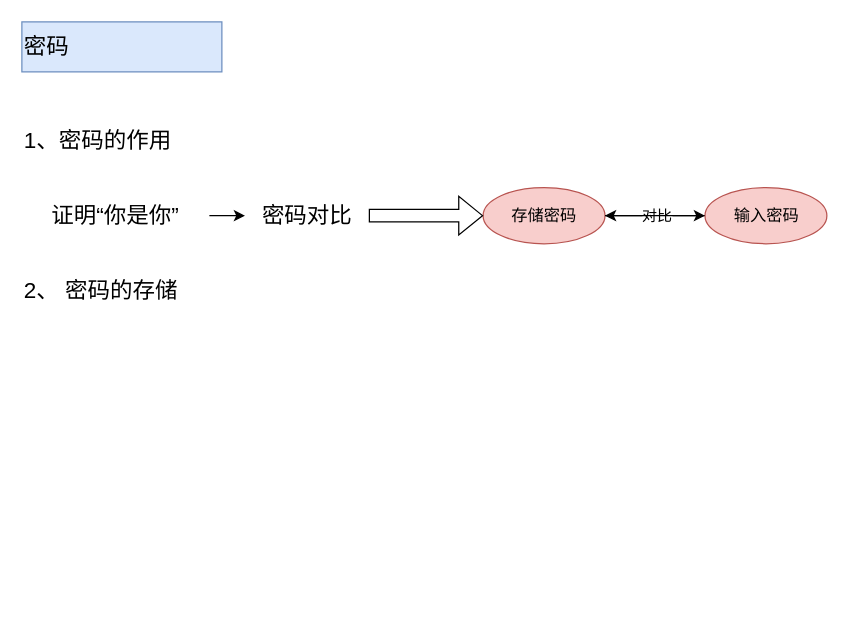
JMHello/draw keeps this draw.io diagram as 密码.drawio. Above is the earlier version. Source tidied: cells renumbered, new cells numbered last; positions are measured from the earlier drawing's top-left corner, leaving out a move shared by most shapes. Both pictures are drawn from the tidied source at 125%, with x=0, y=0 at pixel (21, 21).
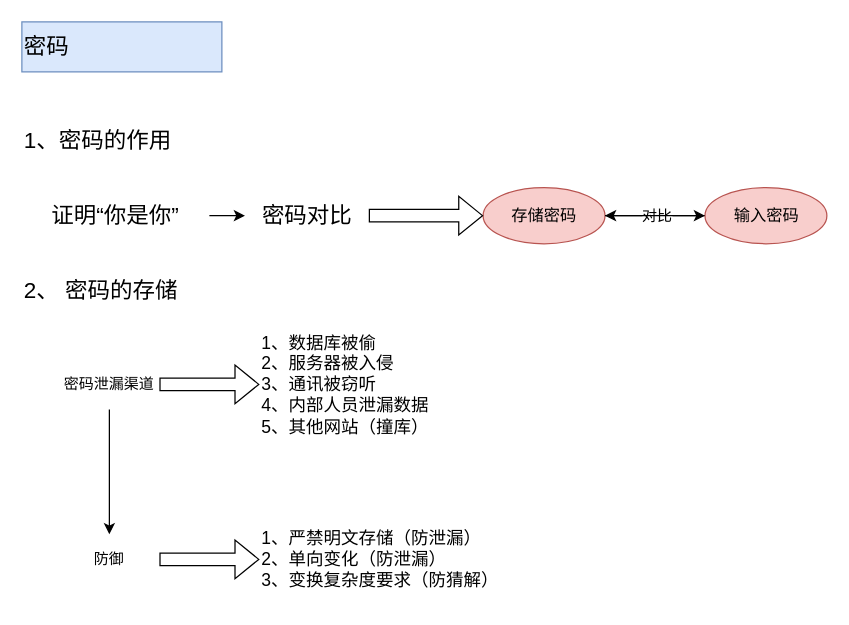
The same page after the edit.

Change to the diagram source:
```diff
@@
+    <mxCell id="15" style="edgeStyle=orthogonalEdgeStyle;shape=flexArrow;rounded=0;jettySize=auto;html=1;" parent="1" edge="1" source="17" target="21">
+      <mxGeometry relative="1" as="geometry" />
+    </mxCell>
+    <mxCell id="16" style="edgeStyle=orthogonalEdgeStyle;rounded=0;jettySize=auto;html=1;fontSize=14;" parent="1" edge="1" source="17" target="19">
+      <mxGeometry relative="1" as="geometry" />
+    </mxCell>
+    <mxCell id="17" value="密码泄漏渠道" style="text;html=1;strokeColor=none;fillColor=none;align=center;verticalAlign=middle;whiteSpace=wrap;rounded=0;" parent="1" vertex="1">
+      <mxGeometry x="30" y="270" width="80" height="40" as="geometry" />
+    </mxCell>
+    <mxCell id="18" style="edgeStyle=orthogonalEdgeStyle;shape=flexArrow;rounded=0;jettySize=auto;html=1;fontSize=14;" parent="1" edge="1" source="19" target="20">
+      <mxGeometry relative="1" as="geometry" />
+    </mxCell>
+    <mxCell id="19" value="防御" style="text;html=1;strokeColor=none;fillColor=none;align=center;verticalAlign=middle;whiteSpace=wrap;rounded=0;" parent="1" vertex="1">
+      <mxGeometry x="30" y="410" width="80" height="40" as="geometry" />
+    </mxCell>
+    <mxCell id="20" value="1、严禁明文存储（防泄漏）&lt;br style=&quot;font-size: 14px;&quot;&gt;2、单向变化（防泄漏）&lt;br style=&quot;font-size: 14px;&quot;&gt;3、变换复杂度要求（防猜解）&lt;br style=&quot;font-size: 14px;&quot;&gt;" style="text;html=1;strokeColor=none;fillColor=none;align=left;verticalAlign=middle;whiteSpace=wrap;rounded=0;fontSize=14;" parent="1" vertex="1">
+      <mxGeometry x="190" y="395" width="210" height="70" as="geometry" />
+    </mxCell>
+    <mxCell id="21" value="1、数据库被偷&lt;br style=&quot;font-size: 14px;&quot;&gt;2、服务器被入侵&lt;br style=&quot;font-size: 14px;&quot;&gt;3、通讯被窃听&lt;br style=&quot;font-size: 14px;&quot;&gt;4、内部人员泄漏数据&lt;br style=&quot;font-size: 14px;&quot;&gt;5、其他网站（撞库）&lt;br style=&quot;font-size: 14px;&quot;&gt;" style="text;html=1;strokeColor=none;fillColor=none;align=left;verticalAlign=middle;whiteSpace=wrap;rounded=0;fontSize=14;" parent="1" vertex="1">
+      <mxGeometry x="190" y="237.5" width="220" height="105" as="geometry" />
+    </mxCell>
```
